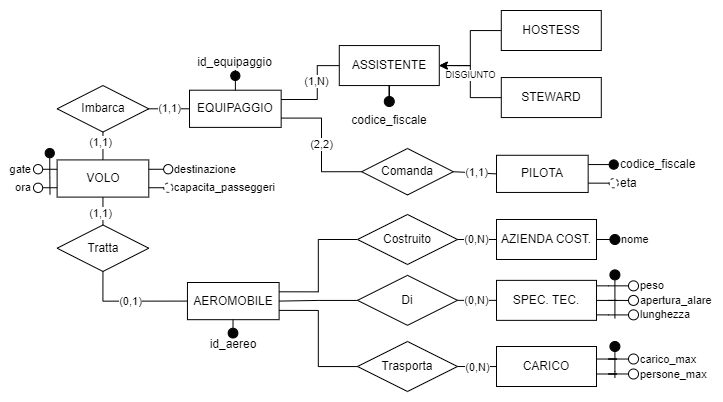
Above: schemi/SchemaER-schema_compatto_V1.png in thomasmassarutto/Voli_Aeroporto (draw.io), before the change. Source tidied: cells renumbered, new cells last; positions are measured from the earlier drawing's top-left corner, leaving out a move shared by most shapes.
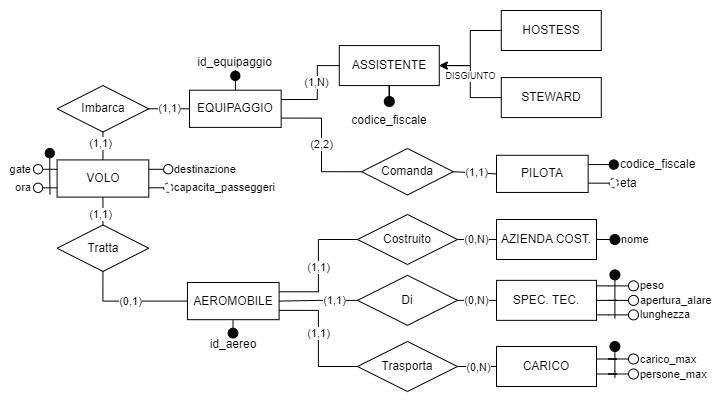
After the commit.

Commit message:
corretto errore nello schema ER compatto

What changed in the source:
```diff
@@ -137,6 +137,11 @@
     <mxCell id="43" style="edgeStyle=orthogonalEdgeStyle;rounded=0;jettySize=auto;html=1;entryX=1;entryY=0.5;entryDx=0;entryDy=0;strokeColor=default;align=center;verticalAlign=middle;fontFamily=Helvetica;fontSize=11;fontColor=default;labelBackgroundColor=default;endArrow=none;endFill=0;" parent="1" edge="1" source="44" target="32">
       <mxGeometry relative="1" as="geometry" />
     </mxCell>
+    <mxCell id="72" value="(1,1)" style="edgeLabel;html=1;align=center;verticalAlign=middle;" parent="43" vertex="1">
+      <mxGeometry x="-0.34" y="-2" relative="1" as="geometry">
+        <mxPoint x="2" y="2" as="offset" />
+      </mxGeometry>
+    </mxCell>
     <mxCell id="44" value="Di" style="shape=rhombus;perimeter=rhombusPerimeter;whiteSpace=wrap;html=1;align=center;flipV=0;" parent="1" vertex="1">
       <mxGeometry x="324" y="264.9" width="100" height="50" as="geometry" />
     </mxCell>
@@ -146,12 +151,20 @@
     <mxCell id="46" style="edgeStyle=orthogonalEdgeStyle;rounded=0;jettySize=auto;html=1;entryX=1;entryY=0.25;entryDx=0;entryDy=0;strokeColor=default;align=center;verticalAlign=middle;fontFamily=Helvetica;fontSize=11;fontColor=default;labelBackgroundColor=default;endArrow=none;endFill=0;" parent="1" edge="1" source="47" target="32">
       <mxGeometry relative="1" as="geometry" />
     </mxCell>
+    <mxCell id="73" value="(1,1)" style="edgeLabel;html=1;align=center;verticalAlign=middle;" parent="46" vertex="1">
+      <mxGeometry x="0.02" relative="1" as="geometry" />
+    </mxCell>
     <mxCell id="47" value="Costruito" style="shape=rhombus;perimeter=rhombusPerimeter;whiteSpace=wrap;html=1;align=center;flipV=0;" parent="1" vertex="1">
       <mxGeometry x="324" y="204" width="100" height="50" as="geometry" />
     </mxCell>
     <mxCell id="48" style="edgeStyle=orthogonalEdgeStyle;rounded=0;jettySize=auto;html=1;entryX=1;entryY=0.75;entryDx=0;entryDy=0;strokeColor=default;align=center;verticalAlign=middle;fontFamily=Helvetica;fontSize=11;fontColor=default;labelBackgroundColor=default;endArrow=none;endFill=0;" parent="1" edge="1" source="49" target="32">
       <mxGeometry relative="1" as="geometry" />
     </mxCell>
+    <mxCell id="74" value="(1,1)" style="edgeLabel;html=1;align=center;verticalAlign=middle;" parent="48" vertex="1">
+      <mxGeometry relative="1" as="geometry">
+        <mxPoint y="-5" as="offset" />
+      </mxGeometry>
+    </mxCell>
     <mxCell id="49" value="Trasporta" style="shape=rhombus;perimeter=rhombusPerimeter;whiteSpace=wrap;html=1;align=center;flipV=0;" parent="1" vertex="1">
       <mxGeometry x="324" y="331" width="100" height="50" as="geometry" />
     </mxCell>
```
